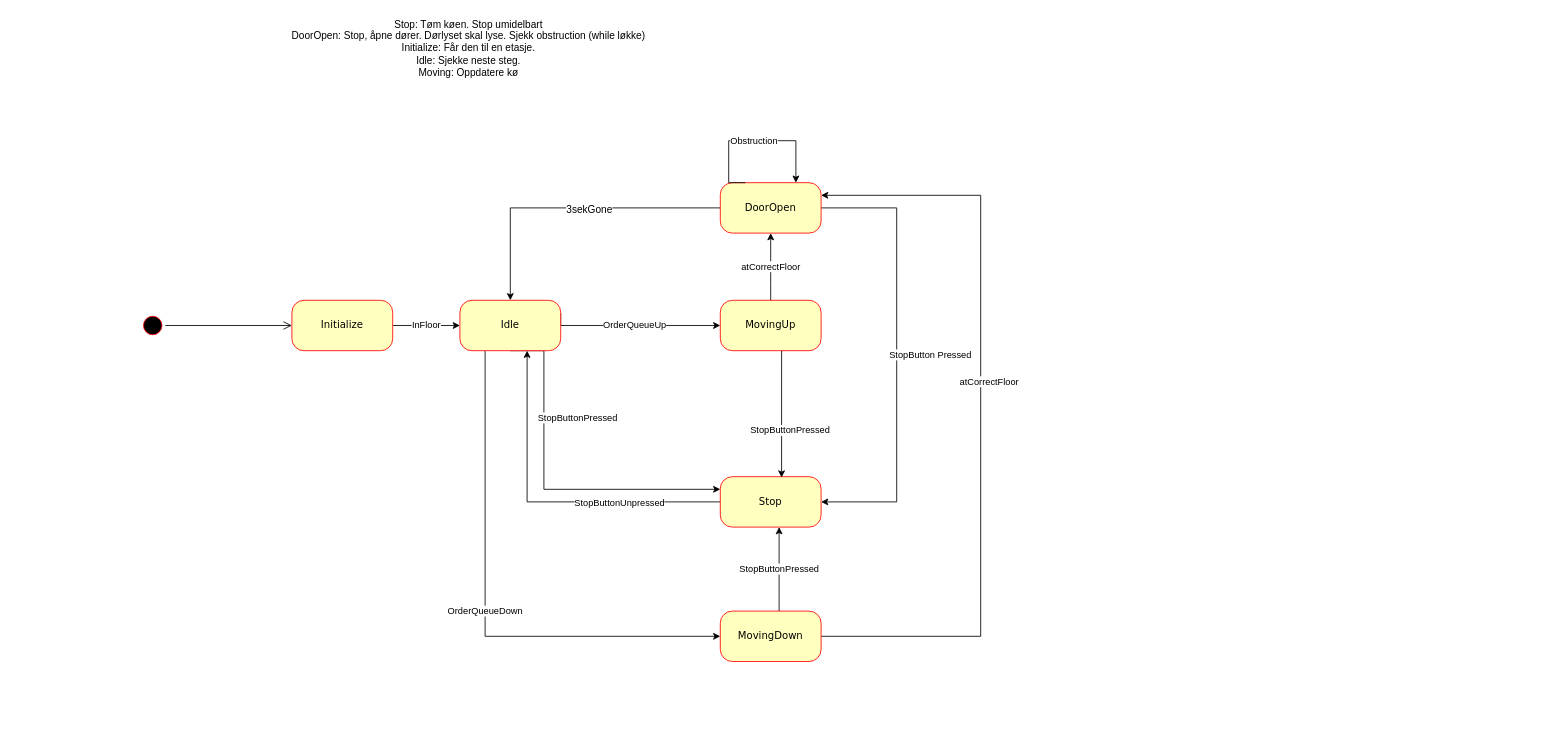
This is Tilstandsdiagram.drawio from aurorami1211/heilab, a draw.io file, before an edit. Source tidied: cells renumbered, new cells numbered last; positions are measured from the earlier drawing's top-left corner, leaving out a move shared by most shapes. Both pictures are drawn from the tidied source at 84%, with x=0, y=0 at pixel (139, 14).
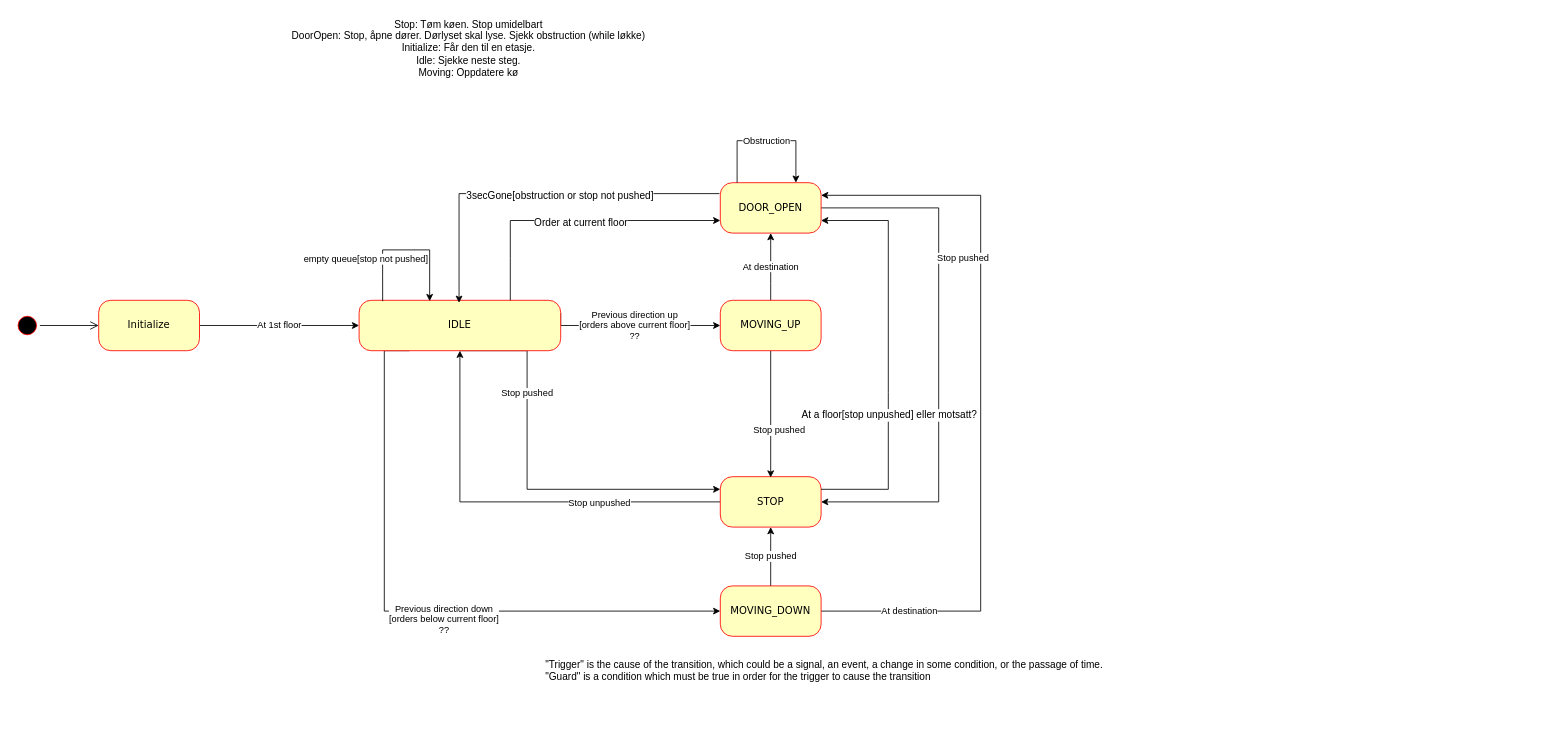
Above is the later version.

What changed in the source:
```diff
@@
-    <mxCell id="2" value="InFloor" style="edgeStyle=orthogonalEdgeStyle;rounded=0;jettySize=auto;html=1;" parent="1" edge="1" source="3" target="7">
+    <mxCell id="2" value="At 1st floor" style="edgeStyle=orthogonalEdgeStyle;rounded=0;jettySize=auto;html=1;entryX=0;entryY=0.5;entryDx=0;entryDy=0;" parent="1" edge="1" source="3" target="7">
       <mxGeometry relative="1" as="geometry" />
     </mxCell>
     <mxCell id="3" value="Initialize" style="rounded=1;whiteSpace=wrap;html=1;arcSize=24;fillColor=#ffffc0;strokeColor=#ff0000;shadow=0;comic=0;labelBackgroundColor=none;fontFamily=Verdana;fontSize=12;fontColor=#000000;align=center;" parent="1" vertex="1">
-      <mxGeometry x="181" y="340" width="120" height="60" as="geometry" />
+      <mxGeometry x="-49" y="340" width="120" height="60" as="geometry" />
     </mxCell>
-    <mxCell id="4" value="OrderQueueDown" style="edgeStyle=orthogonalEdgeStyle;rounded=0;jettySize=auto;html=1;exitX=0.25;exitY=1;exitDx=0;exitDy=0;entryX=0;entryY=0.5;entryDx=0;entryDy=0;" parent="1" edge="1" source="7" target="10">
-      <mxGeometry relative="1" as="geometry" />
+    <mxCell id="4" value="&lt;div&gt;Previous direction down&lt;/div&gt;&lt;div&gt;[orders below current floor]&lt;/div&gt;&lt;div&gt;??&lt;br&gt;&lt;/div&gt;" style="edgeStyle=orthogonalEdgeStyle;rounded=0;jettySize=auto;html=1;exitX=0.25;exitY=1;exitDx=0;exitDy=0;entryX=0;entryY=0.5;entryDx=0;entryDy=0;" parent="1" edge="1" source="7" target="10">
+      <mxGeometry x="0.11" y="-10" relative="1" as="geometry">
+        <Array as="points">
+          <mxPoint x="291" y="400" />
+          <mxPoint x="291" y="710" />
+        </Array>
+      </mxGeometry>
     </mxCell>
-    <mxCell id="5" value="StopButtonPressed" style="edgeStyle=orthogonalEdgeStyle;rounded=0;jettySize=auto;html=1;exitX=0.5;exitY=1;exitDx=0;exitDy=0;entryX=0;entryY=0.25;entryDx=0;entryDy=0;" parent="1" edge="1" source="7" target="13">
-      <mxGeometry x="-0.42" y="40" relative="1" as="geometry">
+    <mxCell id="5" value="Stop pushed" style="edgeStyle=orthogonalEdgeStyle;rounded=0;jettySize=auto;html=1;exitX=0.5;exitY=1;exitDx=0;exitDy=0;entryX=0;entryY=0.25;entryDx=0;entryDy=0;" parent="1" edge="1" source="7" target="13">
+      <mxGeometry x="-0.66" y="-50" relative="1" as="geometry">
         <Array as="points">
-          <mxPoint x="481" y="400" />
-          <mxPoint x="481" y="565" />
+          <mxPoint x="461" y="400" />
+          <mxPoint x="461" y="565" />
         </Array>
+        <mxPoint x="50" y="50" as="offset" />
       </mxGeometry>
     </mxCell>
-    <mxCell id="6" value="OrderQueueUp" style="edgeStyle=orthogonalEdgeStyle;rounded=0;jettySize=auto;html=1;exitX=1;exitY=0.25;exitDx=0;exitDy=0;entryX=0;entryY=0.5;entryDx=0;entryDy=0;" parent="1" edge="1" source="7" target="24">
+    <mxCell id="6" value="&lt;div&gt;Previous direction up&lt;/div&gt;&lt;div&gt;[orders above current floor]&lt;/div&gt;&lt;div&gt;??&lt;br&gt;&lt;/div&gt;" style="edgeStyle=orthogonalEdgeStyle;rounded=0;jettySize=auto;html=1;exitX=1;exitY=0.25;exitDx=0;exitDy=0;entryX=0;entryY=0.5;entryDx=0;entryDy=0;" parent="1" edge="1" source="7" target="24">
       <mxGeometry relative="1" as="geometry">
         <Array as="points">
           <mxPoint x="501" y="370" />
         </Array>
       </mxGeometry>
     </mxCell>
-    <mxCell id="7" value="Idle" style="rounded=1;whiteSpace=wrap;html=1;arcSize=24;fillColor=#ffffc0;strokeColor=#ff0000;shadow=0;comic=0;labelBackgroundColor=none;fontFamily=Verdana;fontSize=12;fontColor=#000000;align=center;" parent="1" vertex="1">
-      <mxGeometry x="381" y="340" width="120" height="60" as="geometry" />
+    <mxCell id="7" value="IDLE" style="rounded=1;whiteSpace=wrap;html=1;arcSize=24;fillColor=#ffffc0;strokeColor=#ff0000;shadow=0;comic=0;labelBackgroundColor=none;fontFamily=Verdana;fontSize=12;fontColor=#000000;align=center;" parent="1" vertex="1">
+      <mxGeometry x="261" y="340" width="240" height="60" as="geometry" />
     </mxCell>
-    <mxCell id="8" value="atCorrectFloor" style="edgeStyle=orthogonalEdgeStyle;rounded=0;jettySize=auto;html=1;entryX=1;entryY=0.25;entryDx=0;entryDy=0;exitX=1;exitY=0.5;exitDx=0;exitDy=0;" parent="1" edge="1" source="10" target="17">
-      <mxGeometry x="0.09" y="-10" relative="1" as="geometry">
+    <mxCell id="8" value="At destination" style="edgeStyle=orthogonalEdgeStyle;rounded=0;jettySize=auto;html=1;entryX=1;entryY=0.25;entryDx=0;entryDy=0;exitX=1;exitY=0.5;exitDx=0;exitDy=0;" parent="1" edge="1" source="10" target="17">
+      <mxGeometry x="-0.76" relative="1" as="geometry">
         <Array as="points">
-          <mxPoint x="1001" y="740" />
+          <mxPoint x="1001" y="710" />
           <mxPoint x="1001" y="215" />
         </Array>
       </mxGeometry>
     </mxCell>
-    <mxCell id="9" value="StopButtonPressed" style="edgeStyle=orthogonalEdgeStyle;rounded=0;jettySize=auto;html=1;" parent="1" edge="1" source="10" target="13">
+    <mxCell id="9" value="Stop pushed" style="edgeStyle=orthogonalEdgeStyle;rounded=0;jettySize=auto;html=1;" parent="1" edge="1" source="10" target="13">
       <mxGeometry relative="1" as="geometry">
         <Array as="points">
-          <mxPoint x="761" y="690" />
-          <mxPoint x="761" y="690" />
+          <mxPoint x="751" y="630" />
+          <mxPoint x="751" y="630" />
         </Array>
       </mxGeometry>
     </mxCell>
-    <mxCell id="10" value="MovingDown" style="rounded=1;whiteSpace=wrap;html=1;arcSize=24;fillColor=#ffffc0;strokeColor=#ff0000;shadow=0;comic=0;labelBackgroundColor=none;fontFamily=Verdana;fontSize=12;fontColor=#000000;align=center;" parent="1" vertex="1">
-      <mxGeometry x="691" y="710" width="120" height="60" as="geometry" />
+    <mxCell id="10" value="MOVING_DOWN" style="rounded=1;whiteSpace=wrap;html=1;arcSize=24;fillColor=#ffffc0;strokeColor=#ff0000;shadow=0;comic=0;labelBackgroundColor=none;fontFamily=Verdana;fontSize=12;fontColor=#000000;align=center;" parent="1" vertex="1">
+      <mxGeometry x="691" y="680" width="120" height="60" as="geometry" />
     </mxCell>
-    <mxCell id="11" style="edgeStyle=orthogonalEdgeStyle;rounded=0;jettySize=auto;html=1;" parent="1" edge="1" source="13">
+    <mxCell id="11" style="edgeStyle=orthogonalEdgeStyle;rounded=0;jettySize=auto;html=1;entryX=0.5;entryY=1;entryDx=0;entryDy=0;" parent="1" edge="1" source="13" target="7">
       <mxGeometry relative="1" as="geometry">
-        <mxPoint x="461" y="400" as="targetPoint" />
         <Array as="points">
-          <mxPoint x="461" y="580" />
-          <mxPoint x="461" y="400" />
+          <mxPoint x="381" y="580" />
         </Array>
       </mxGeometry>
     </mxCell>
-    <mxCell id="12" value="StopButtonUnpressed" style="text;html=1;align=center;verticalAlign=middle;labelBackgroundColor=#ffffff;fontSize=11;" parent="11" vertex="1">
+    <mxCell id="12" value="Stop unpushed" style="text;html=1;align=center;verticalAlign=middle;labelBackgroundColor=#ffffff;fontSize=11;" parent="11" vertex="1">
       <mxGeometry x="-0.41" relative="1" as="geometry" />
     </mxCell>
-    <mxCell id="13" value="Stop" style="rounded=1;whiteSpace=wrap;html=1;arcSize=24;fillColor=#ffffc0;strokeColor=#ff0000;shadow=0;comic=0;labelBackgroundColor=none;fontFamily=Verdana;fontSize=12;fontColor=#000000;align=center;" parent="1" vertex="1">
+    <mxCell id="13" value="STOP" style="rounded=1;whiteSpace=wrap;html=1;arcSize=24;fillColor=#ffffc0;strokeColor=#ff0000;shadow=0;comic=0;labelBackgroundColor=none;fontFamily=Verdana;fontSize=12;fontColor=#000000;align=center;" parent="1" vertex="1">
       <mxGeometry x="691" y="550" width="120" height="60" as="geometry" />
     </mxCell>
-    <mxCell id="14" style="edgeStyle=orthogonalEdgeStyle;rounded=0;jettySize=auto;html=1;entryX=0.5;entryY=0;entryDx=0;entryDy=0;" parent="1" edge="1" source="17" target="7">
-      <mxGeometry relative="1" as="geometry" />
+    <mxCell id="14" style="edgeStyle=orthogonalEdgeStyle;rounded=0;orthogonalLoop=1;jettySize=auto;html=1;entryX=0.5;entryY=0;entryDx=0;entryDy=0;" parent="1" edge="1">
+      <mxGeometry relative="1" as="geometry">
+        <mxPoint x="690" y="213" as="sourcePoint" />
+        <mxPoint x="380" y="343" as="targetPoint" />
+        <Array as="points">
+          <mxPoint x="380" y="213" />
+        </Array>
+      </mxGeometry>
     </mxCell>
-    <mxCell id="15" value="3sekGone" style="text;html=1;align=center;verticalAlign=middle;labelBackgroundColor=#ffffff;" parent="14" vertex="1">
+    <mxCell id="15" value="3secGone[obstruction or stop not pushed]" style="text;html=1;align=center;verticalAlign=middle;labelBackgroundColor=#ffffff;" parent="14" vertex="1">
       <mxGeometry x="-0.13" y="2" relative="1" as="geometry" />
     </mxCell>
-    <mxCell id="16" value="StopButton Pressed" style="edgeStyle=orthogonalEdgeStyle;rounded=0;jettySize=auto;html=1;exitX=1;exitY=0.5;exitDx=0;exitDy=0;entryX=1;entryY=0.5;entryDx=0;entryDy=0;" parent="1" edge="1" source="17" target="13">
-      <mxGeometry y="40" relative="1" as="geometry">
+    <mxCell id="16" value="Stop pushed" style="edgeStyle=orthogonalEdgeStyle;rounded=0;jettySize=auto;html=1;exitX=1;exitY=0.5;exitDx=0;exitDy=0;entryX=1;entryY=0.5;entryDx=0;entryDy=0;" parent="1" edge="1" source="17" target="13">
+      <mxGeometry x="-0.56" y="-30" relative="1" as="geometry">
         <Array as="points">
-          <mxPoint x="901" y="230" />
-          <mxPoint x="901" y="580" />
+          <mxPoint x="951" y="230" />
+          <mxPoint x="951" y="580" />
         </Array>
+        <mxPoint x="30" y="30" as="offset" />
       </mxGeometry>
     </mxCell>
-    <mxCell id="17" value="DoorOpen" style="rounded=1;whiteSpace=wrap;html=1;arcSize=24;fillColor=#ffffc0;strokeColor=#ff0000;shadow=0;comic=0;labelBackgroundColor=none;fontFamily=Verdana;fontSize=12;fontColor=#000000;align=center;" parent="1" vertex="1">
+    <mxCell id="17" value="DOOR_OPEN" style="rounded=1;whiteSpace=wrap;html=1;arcSize=24;fillColor=#ffffc0;strokeColor=#ff0000;shadow=0;comic=0;labelBackgroundColor=none;fontFamily=Verdana;fontSize=12;fontColor=#000000;align=center;" parent="1" vertex="1">
       <mxGeometry x="691" y="200" width="120" height="60" as="geometry" />
     </mxCell>
     <mxCell id="18" style="ellipse;html=1;shape=startState;fillColor=#000000;strokeColor=#ff0000;rounded=1;shadow=0;comic=0;labelBackgroundColor=none;fontFamily=Verdana;fontSize=12;fontColor=#000000;align=center;direction=south;" parent="1" vertex="1">
-      <mxGeometry x="0.3" y="355" width="30" height="30" as="geometry" />
+      <mxGeometry x="-149" y="355" width="30" height="30" as="geometry" />
     </mxCell>
@@
-    <mxCell id="21" value="Obstruction" style="edgeStyle=orthogonalEdgeStyle;rounded=0;orthogonalLoop=1;jettySize=auto;html=1;exitX=0.25;exitY=0;exitDx=0;exitDy=0;entryX=0.75;entryY=0;entryDx=0;entryDy=0;" parent="1" edge="1" source="17" target="17">
+    <mxCell id="21" value="Obstruction" style="edgeStyle=orthogonalEdgeStyle;rounded=0;jettySize=auto;html=1;entryX=0.75;entryY=0;entryDx=0;entryDy=0;" parent="1" edge="1" target="17">
       <mxGeometry relative="1" as="geometry">
+        <mxPoint x="711" y="200" as="sourcePoint" />
         <Array as="points">
-          <mxPoint x="701" y="200" />
-          <mxPoint x="701" y="150" />
+          <mxPoint x="711" y="200" />
+          <mxPoint x="711" y="150" />
           <mxPoint x="781" y="150" />
         </Array>
       </mxGeometry>
     </mxCell>
-    <mxCell id="22" value="&lt;div&gt;StopButtonPressed&lt;/div&gt;" style="edgeStyle=orthogonalEdgeStyle;rounded=0;jettySize=auto;html=1;exitX=0.619;exitY=1;exitDx=0;exitDy=0;entryX=0.608;entryY=0.017;entryDx=0;entryDy=0;entryPerimeter=0;exitPerimeter=0;" parent="1" edge="1" source="24" target="13">
+    <mxCell id="22" value="Stop pushed" style="edgeStyle=orthogonalEdgeStyle;rounded=0;jettySize=auto;html=1;exitX=0.5;exitY=1;exitDx=0;exitDy=0;" parent="1" edge="1" source="24">
       <mxGeometry x="0.26" y="10" relative="1" as="geometry">
+        <mxPoint x="751" y="551" as="targetPoint" />
         <Array as="points">
-          <mxPoint x="764" y="400" />
+          <mxPoint x="751" y="551" />
         </Array>
       </mxGeometry>
     </mxCell>
-    <mxCell id="23" value="atCorrectFloor" style="edgeStyle=orthogonalEdgeStyle;rounded=0;jettySize=auto;html=1;exitX=0.5;exitY=0;exitDx=0;exitDy=0;entryX=0.5;entryY=1;entryDx=0;entryDy=0;" parent="1" edge="1" source="24" target="17">
+    <mxCell id="23" value="At destination" style="edgeStyle=orthogonalEdgeStyle;rounded=0;jettySize=auto;html=1;exitX=0.5;exitY=0;exitDx=0;exitDy=0;entryX=0.5;entryY=1;entryDx=0;entryDy=0;" parent="1" edge="1" source="24" target="17">
       <mxGeometry relative="1" as="geometry">
         <Array as="points">
           <mxPoint x="751" y="320" />
           <mxPoint x="751" y="320" />
         </Array>
       </mxGeometry>
     </mxCell>
-    <mxCell id="24" value="MovingUp" style="rounded=1;whiteSpace=wrap;html=1;arcSize=24;fillColor=#ffffc0;strokeColor=#ff0000;shadow=0;comic=0;labelBackgroundColor=none;fontFamily=Verdana;fontSize=12;fontColor=#000000;align=center;" parent="1" vertex="1">
+    <mxCell id="24" value="MOVING_UP" style="rounded=1;whiteSpace=wrap;html=1;arcSize=24;fillColor=#ffffc0;strokeColor=#ff0000;shadow=0;comic=0;labelBackgroundColor=none;fontFamily=Verdana;fontSize=12;fontColor=#000000;align=center;" parent="1" vertex="1">
       <mxGeometry x="691" y="340" width="120" height="60" as="geometry" />
     </mxCell>
+    <mxCell id="25" style="endArrow=classic;html=1;entryX=0;entryY=0.75;entryDx=0;entryDy=0;rounded=0;exitX=0.75;exitY=0;exitDx=0;exitDy=0;" parent="1" edge="1" source="7" target="17">
+      <mxGeometry relative="1" as="geometry">
+        <Array as="points">
+          <mxPoint x="441" y="290" />
+          <mxPoint x="441" y="245" />
+        </Array>
+      </mxGeometry>
+    </mxCell>
+    <mxCell id="26" value="Order at current floor" style="text;html=1;align=center;verticalAlign=middle;labelBackgroundColor=#ffffff;" parent="25" vertex="1">
+      <mxGeometry x="0.03" y="-2" relative="1" as="geometry" />
+    </mxCell>
+    <mxCell id="27" value="empty queue[stop not pushed]" style="endArrow=classic;html=1;exitX=0.117;exitY=0.017;exitDx=0;exitDy=0;exitPerimeter=0;entryX=0.35;entryY=0.017;entryDx=0;entryDy=0;entryPerimeter=0;rounded=0;" parent="1" edge="1" source="7" target="7">
+      <mxGeometry x="-0.44" y="20" relative="1" as="geometry">
+        <Array as="points">
+          <mxPoint x="289" y="310" />
+          <mxPoint x="289" y="280" />
+          <mxPoint x="345" y="280" />
+        </Array>
+      </mxGeometry>
+    </mxCell>
+    <mxCell id="28" style="endArrow=classic;html=1;exitX=1;exitY=0.25;exitDx=0;exitDy=0;entryX=1;entryY=0.75;entryDx=0;entryDy=0;rounded=0;" parent="1" edge="1" source="13" target="17">
+      <mxGeometry relative="1" as="geometry">
+        <Array as="points">
+          <mxPoint x="891" y="565" />
+          <mxPoint x="891" y="450" />
+          <mxPoint x="891" y="245" />
+        </Array>
+      </mxGeometry>
+    </mxCell>
+    <mxCell id="29" value="At a floor[stop unpushed] eller motsatt?" style="text;html=1;align=center;verticalAlign=middle;labelBackgroundColor=#ffffff;" parent="28" vertex="1">
+      <mxGeometry x="-0.57" y="66" relative="1" as="geometry">
+        <mxPoint x="66" y="-66" as="offset" />
+      </mxGeometry>
+    </mxCell>
+    <mxCell id="30" value="&lt;div&gt;&quot;Trigger&quot; is the cause of the transition, which could be a signal, an event, a change in some condition, or the passage of time. &lt;br&gt;&lt;/div&gt;&lt;div&gt;&quot;Guard&quot; is a condition which must be true in order for the trigger to cause the transition&lt;/div&gt;" style="text;html=1;" parent="1" vertex="1">
+      <mxGeometry x="481" y="760" width="1200" height="100" as="geometry" />
+    </mxCell>
```
